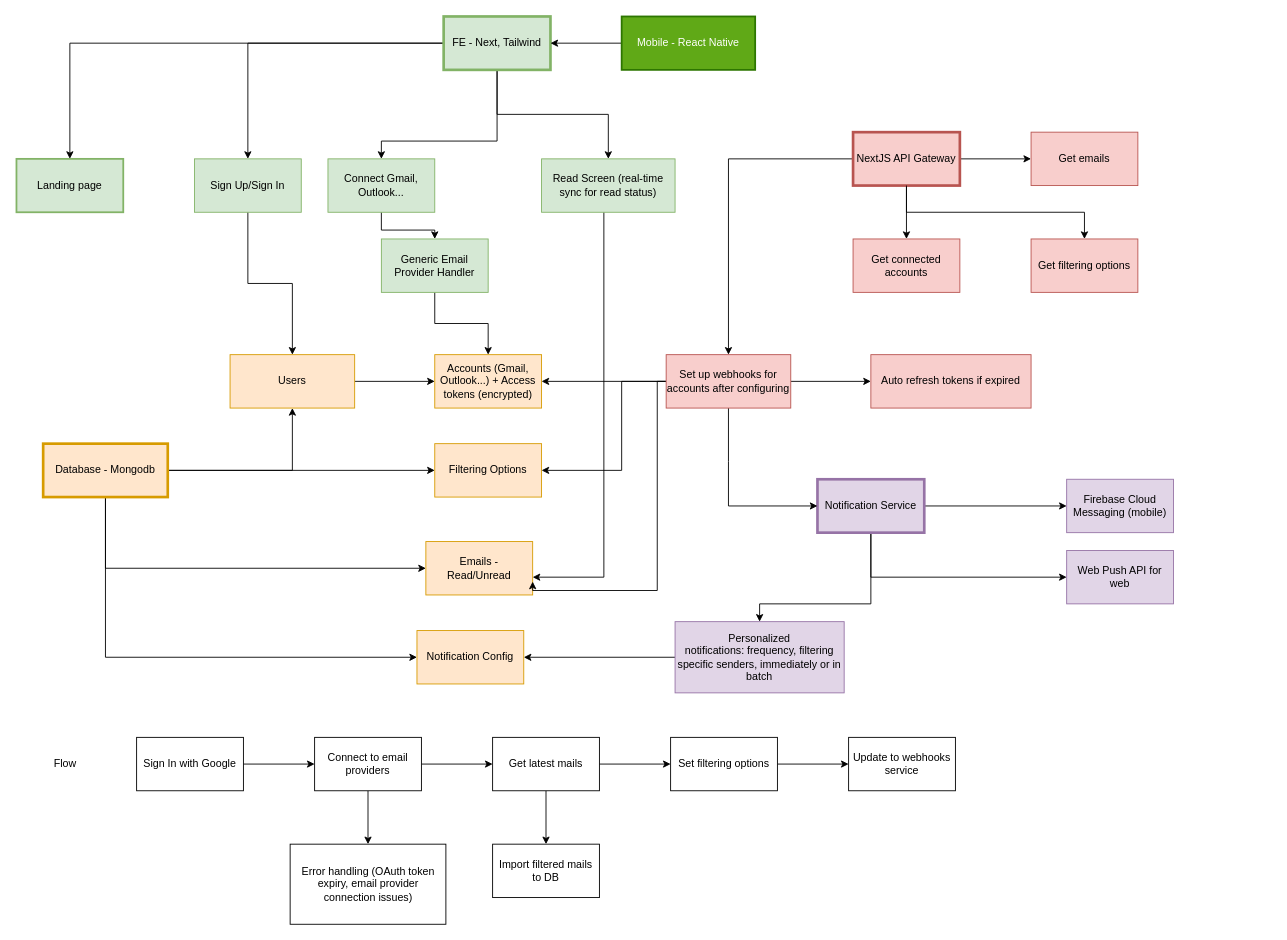
Above: newsletter-app.drawio in hoangv97/draw-io (draw.io), before the change. Source tidied: cells renumbered, new cells numbered last; positions are measured from the earlier drawing's top-left corner, leaving out a move shared by most shapes. Both pictures are drawn from the tidied source at 89%, with x=0, y=0 at pixel (16, 16).
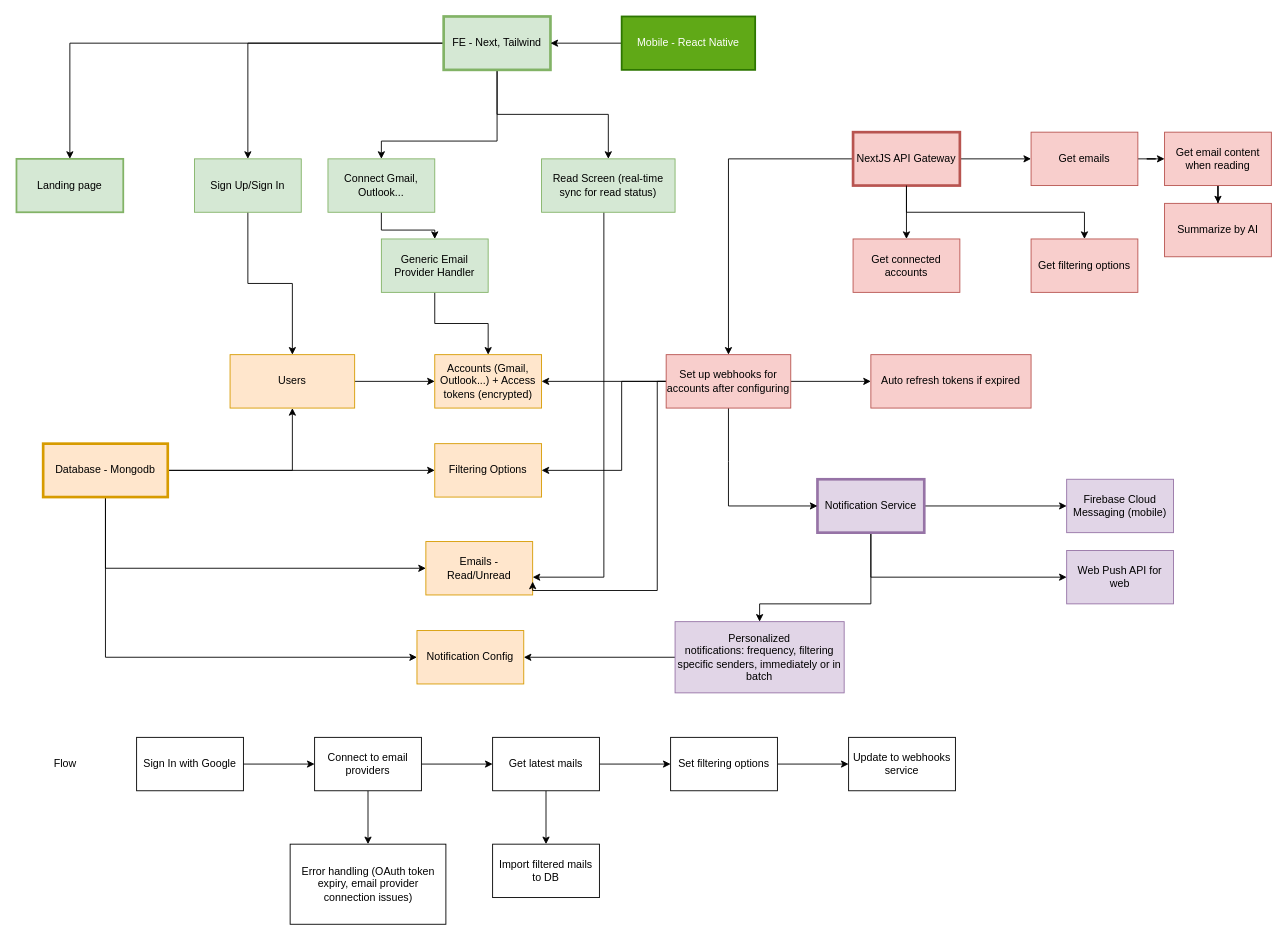
Above is the later version.

Commit message:
Cập nhật newsletter-app.drawio

Unchanged cells that the change refers to:
```xml
<mxCell id="41" value="Get emails" style="whiteSpace=wrap;html=1;fillColor=#f8cecc;strokeColor=#b85450;rounded=0;" parent="1" vertex="1">
  <mxGeometry x="1140" y="130" width="120" height="60" as="geometry" />
</mxCell>
```

Diff of the diagram source:
```diff
@@
+    <mxCell id="66" style="edgeStyle=orthogonalEdgeStyle;rounded=0;jettySize=auto;html=1;" parent="1" edge="1" source="41" target="68">
+      <mxGeometry relative="1" as="geometry" />
+    </mxCell>
@@
+    <mxCell id="67" style="edgeStyle=orthogonalEdgeStyle;rounded=0;jettySize=auto;html=1;" parent="1" edge="1" source="68" target="69">
+      <mxGeometry relative="1" as="geometry" />
+    </mxCell>
+    <mxCell id="68" value="Get email content when reading" style="whiteSpace=wrap;html=1;fillColor=#f8cecc;strokeColor=#b85450;rounded=0;" parent="1" vertex="1">
+      <mxGeometry x="1290" y="130" width="120" height="60" as="geometry" />
+    </mxCell>
+    <mxCell id="69" value="Summarize by AI" style="whiteSpace=wrap;html=1;fillColor=#f8cecc;strokeColor=#b85450;rounded=0;" parent="1" vertex="1">
+      <mxGeometry x="1290" y="210" width="120" height="60" as="geometry" />
+    </mxCell>
```
